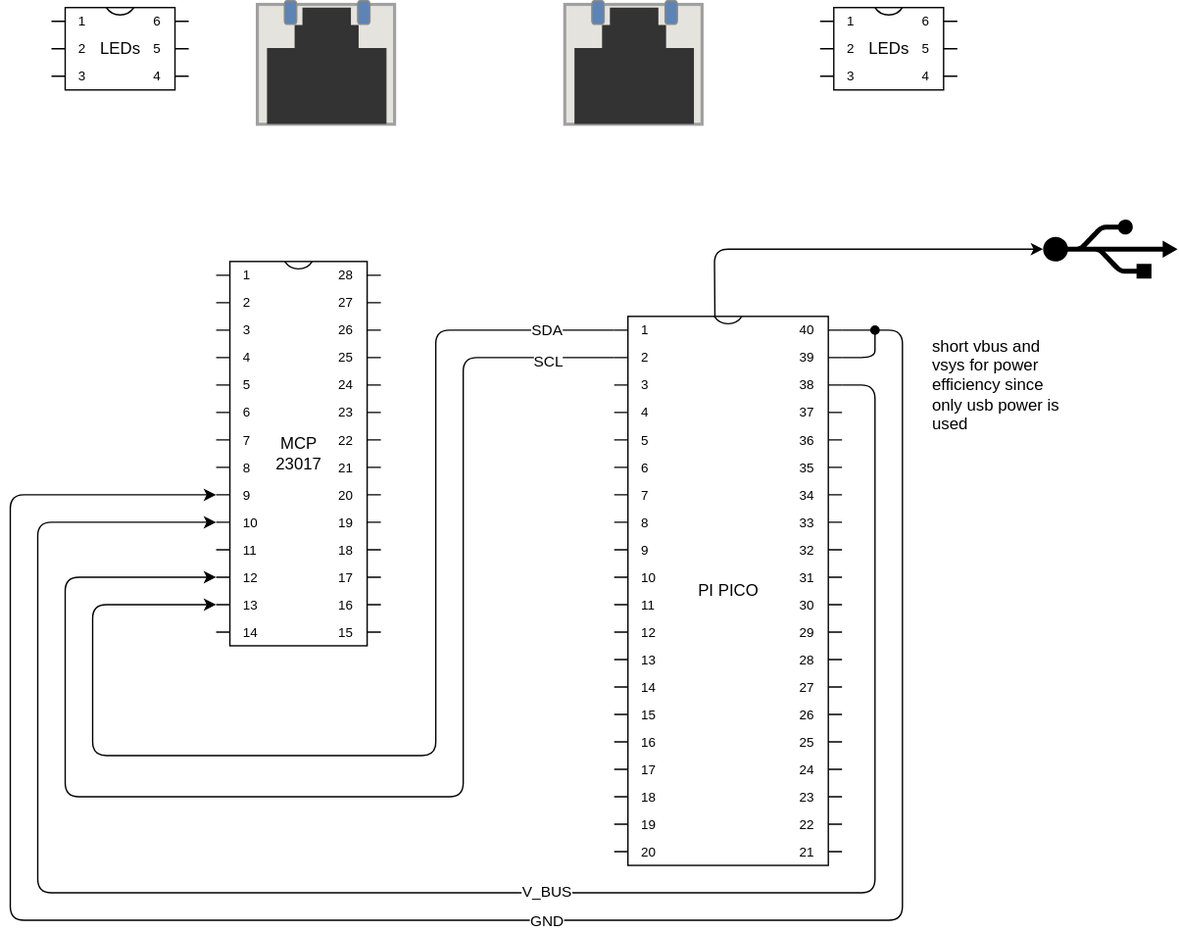
This is circuit.drawio.svg from kevontheweb/pico-dactyl, a draw.io export, as it was before one commit. Source tidied: cells renumbered, new cells last; positions are measured from the earlier drawing's top-left corner, leaving out a move shared by most shapes.
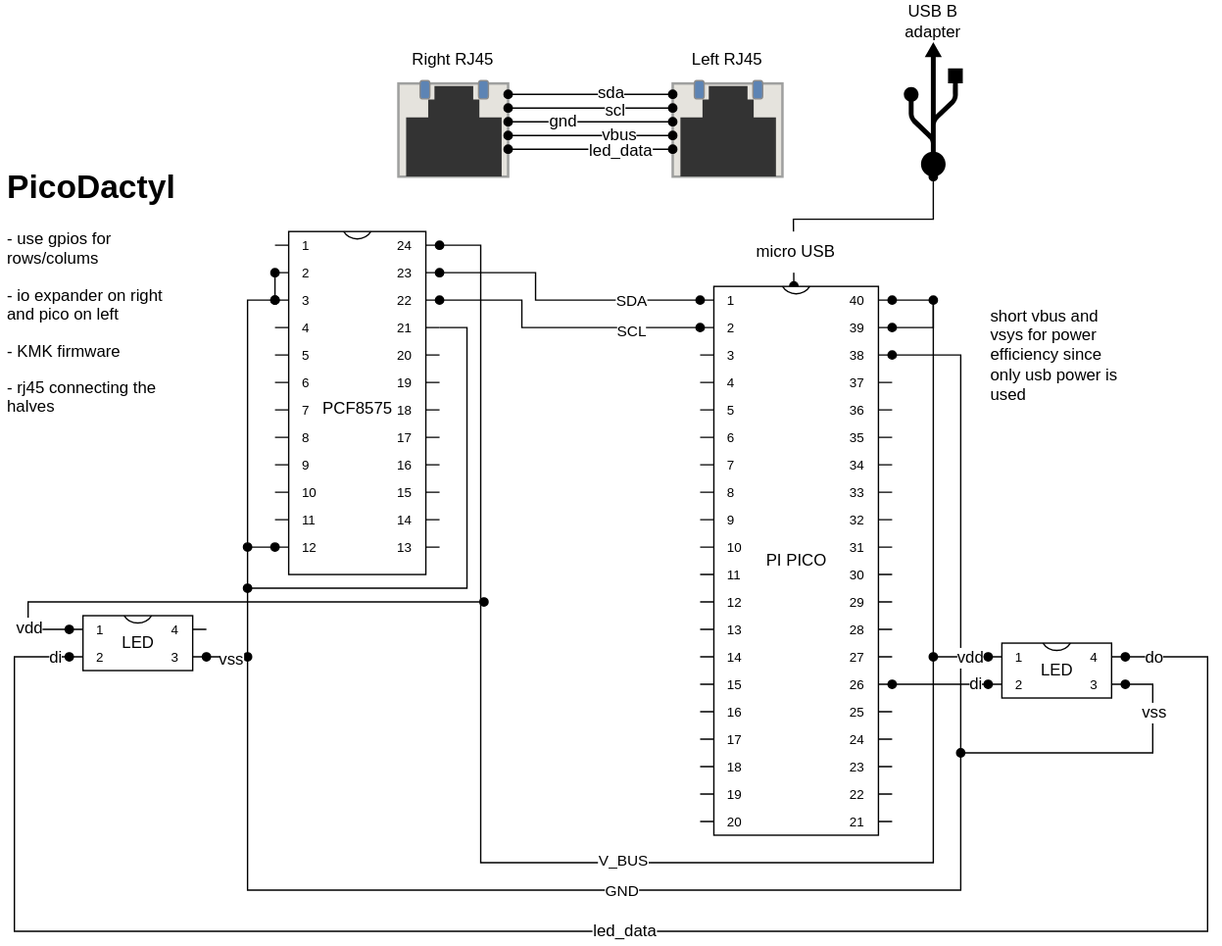
After the change.

Commit message:
update to use pcf8575 instead of mcp io expander (out of stock)

What changed in the source:
```diff
@@ -2,106 +2,254 @@
   <root>
     <mxCell id="0" />
     <mxCell id="1" parent="0" />
+    <mxCell id="20" style="edgeStyle=none;rounded=0;html=1;exitX=1;exitY=0;exitDx=0;exitDy=70;exitPerimeter=0;fontSize=12;endArrow=oval;endFill=1;" parent="1" edge="1" source="2">
+      <mxGeometry relative="1" as="geometry">
+        <mxPoint x="315" y="483" as="targetPoint" />
+        <Array as="points">
+          <mxPoint x="475" y="293" />
+          <mxPoint x="475" y="483" />
+        </Array>
+      </mxGeometry>
+    </mxCell>
+    <mxCell id="21" style="edgeStyle=none;rounded=0;html=1;exitX=0;exitY=0;exitDx=0;exitDy=50;exitPerimeter=0;fontSize=12;startArrow=oval;startFill=1;endArrow=oval;endFill=1;" parent="1" edge="1" source="2">
+      <mxGeometry relative="1" as="geometry">
+        <mxPoint x="315" y="453" as="targetPoint" />
+        <Array as="points">
+          <mxPoint x="315" y="273" />
+        </Array>
+      </mxGeometry>
+    </mxCell>
-    <mxCell id="2" value="&lt;div&gt;&lt;span style=&quot;font-family: sans-serif&quot;&gt;MCP&lt;/span&gt;&lt;/div&gt;&lt;div&gt;&lt;span style=&quot;font-family: sans-serif&quot;&gt;23017&lt;/span&gt;&lt;/div&gt;" style="shadow=0;dashed=0;align=center;html=1;strokeWidth=1;shape=mxgraph.electrical.logic_gates.dual_inline_ic;labelNames=a,b,c,d,e,f,g,h,i,j,k,l,m,n,o,p,q,r,s,t;" parent="1" vertex="1">
-      <mxGeometry x="150" y="190" width="120" height="280" as="geometry" />
+    <mxCell id="2" value="&lt;h1 class=&quot;u-margin-left-4 u-text-breakword u-font-weight-normal u-margin-bottom-0&quot;&gt;&lt;span style=&quot;font-weight: normal&quot;&gt;&lt;font style=&quot;font-size: 12px&quot;&gt;PCF8575&lt;/font&gt;&lt;/span&gt;&lt;/h1&gt;" style="shadow=0;dashed=0;align=center;html=1;strokeWidth=1;shape=mxgraph.electrical.logic_gates.dual_inline_ic;labelNames=a,b,c,d,e,f,g,h,i,j,k,l,m,n,o,p,q,r,s,t;" parent="1" vertex="1">
+      <mxGeometry x="335" y="223" width="120" height="250" as="geometry" />
     </mxCell>
-    <mxCell id="3" style="edgeStyle=none;html=1;entryX=0.5;entryY=1;entryDx=0;entryDy=0;entryPerimeter=0;exitX=0.442;exitY=0.001;exitDx=0;exitDy=0;exitPerimeter=0;" parent="1" edge="1" source="12" target="17">
+    <mxCell id="3" style="edgeStyle=none;html=1;exitX=0.488;exitY=-0.001;exitDx=0;exitDy=0;exitPerimeter=0;startArrow=oval;startFill=1;endArrow=oval;endFill=1;rounded=0;entryX=0.5;entryY=1;entryDx=0;entryDy=0;entryPerimeter=0;" parent="1" edge="1" source="12" target="17">
       <mxGeometry relative="1" as="geometry">
         <Array as="points">
-          <mxPoint x="513" y="181" />
+          <mxPoint x="713" y="214" />
+          <mxPoint x="815" y="214" />
         </Array>
       </mxGeometry>
     </mxCell>
-    <mxCell id="4" style="edgeStyle=none;html=1;exitX=0;exitY=0;exitDx=0;exitDy=30;exitPerimeter=0;entryX=0;entryY=0;entryDx=0;entryDy=230;entryPerimeter=0;" parent="1" edge="1" source="12" target="2">
+    <mxCell id="4" style="edgeStyle=none;html=1;exitX=0;exitY=0;exitDx=0;exitDy=30;exitPerimeter=0;entryX=1;entryY=0;entryDx=0;entryDy=50;entryPerimeter=0;endArrow=oval;endFill=1;startArrow=oval;startFill=1;rounded=0;" parent="1" edge="1" source="12" target="2">
       <mxGeometry relative="1" as="geometry">
         <Array as="points">
-          <mxPoint x="330" y="260" />
-          <mxPoint x="330" y="580" />
-          <mxPoint x="40" y="580" />
-          <mxPoint x="40" y="420" />
+          <mxPoint x="515" y="293" />
+          <mxPoint x="515" y="273" />
+          <mxPoint x="495" y="273" />
+          <mxPoint x="475" y="273" />
         </Array>
       </mxGeometry>
     </mxCell>
     <mxCell id="5" value="SCL" style="edgeLabel;html=1;align=center;verticalAlign=middle;" parent="4" vertex="1">
       <mxGeometry x="-0.93" y="2" relative="1" as="geometry">
-        <mxPoint x="-16" as="offset" />
+        <mxPoint x="-43" as="offset" />
       </mxGeometry>
     </mxCell>
-    <mxCell id="6" style="edgeStyle=none;html=1;exitX=0;exitY=0;exitDx=0;exitDy=10;exitPerimeter=0;entryX=0;entryY=0;entryDx=0;entryDy=250;entryPerimeter=0;" parent="1" edge="1" source="12" target="2">
+    <mxCell id="6" style="edgeStyle=none;html=1;exitX=0;exitY=0;exitDx=0;exitDy=10;exitPerimeter=0;entryX=1;entryY=0;entryDx=0;entryDy=30;entryPerimeter=0;endArrow=oval;endFill=1;startArrow=oval;startFill=1;rounded=0;" parent="1" edge="1" source="12" target="2">
       <mxGeometry relative="1" as="geometry">
         <Array as="points">
-          <mxPoint x="310" y="240" />
-          <mxPoint x="310" y="550" />
-          <mxPoint x="60" y="550" />
-          <mxPoint x="60" y="440" />
+          <mxPoint x="525" y="273" />
+          <mxPoint x="525" y="253" />
+          <mxPoint x="495" y="253" />
+          <mxPoint x="475" y="253" />
         </Array>
       </mxGeometry>
     </mxCell>
     <mxCell id="7" value="SDA" style="edgeLabel;html=1;align=center;verticalAlign=middle;" parent="6" vertex="1">
       <mxGeometry x="-0.9" y="-1" relative="1" as="geometry">
-        <mxPoint x="-5" as="offset" />
+        <mxPoint x="-40" y="1" as="offset" />
       </mxGeometry>
     </mxCell>
-    <mxCell id="8" style="edgeStyle=none;html=1;exitX=1;exitY=0;exitDx=0;exitDy=10;exitPerimeter=0;entryX=0;entryY=0;entryDx=0;entryDy=170;entryPerimeter=0;" parent="1" edge="1" source="12" target="2">
+    <mxCell id="8" style="edgeStyle=none;html=1;entryX=0;entryY=0;entryDx=0;entryDy=230;entryPerimeter=0;endArrow=oval;endFill=1;rounded=0;startArrow=oval;startFill=1;exitX=1;exitY=0;exitDx=0;exitDy=50;exitPerimeter=0;" parent="1" edge="1" source="12" target="2">
       <mxGeometry relative="1" as="geometry">
         <Array as="points">
-          <mxPoint x="650" y="240" />
-          <mxPoint x="650" y="670" />
-          <mxPoint y="670" />
-          <mxPoint y="360" />
+          <mxPoint x="835" y="313" />
+          <mxPoint x="835" y="703" />
+          <mxPoint x="315" y="703" />
+          <mxPoint x="315" y="453" />
         </Array>
       </mxGeometry>
     </mxCell>
     <mxCell id="9" value="GND" style="edgeLabel;html=1;align=center;verticalAlign=middle;" parent="8" vertex="1">
       <mxGeometry x="-0.1" relative="1" as="geometry">
-        <mxPoint x="-21" as="offset" />
+        <mxPoint x="-134" as="offset" />
       </mxGeometry>
     </mxCell>
-    <mxCell id="10" style="edgeStyle=none;html=1;exitX=1;exitY=0;exitDx=0;exitDy=50;exitPerimeter=0;entryX=0;entryY=0;entryDx=0;entryDy=190;entryPerimeter=0;" parent="1" edge="1" source="12" target="2">
+    <mxCell id="10" style="edgeStyle=none;html=1;exitX=1;exitY=0;exitDx=0;exitDy=10;exitPerimeter=0;entryX=1;entryY=0;entryDx=0;entryDy=10;entryPerimeter=0;rounded=0;endArrow=oval;endFill=1;startArrow=oval;startFill=1;" parent="1" edge="1" source="12" target="2">
       <mxGeometry relative="1" as="geometry">
         <Array as="points">
-          <mxPoint x="630" y="280" />
-          <mxPoint x="630" y="650" />
-          <mxPoint x="20" y="650" />
-          <mxPoint x="20" y="380" />
+          <mxPoint x="815" y="273" />
+          <mxPoint x="815" y="683" />
+          <mxPoint x="485" y="683" />
+          <mxPoint x="485" y="233" />
         </Array>
       </mxGeometry>
     </mxCell>
     <mxCell id="11" value="V_BUS" style="edgeLabel;html=1;align=center;verticalAlign=middle;" parent="10" vertex="1">
       <mxGeometry x="-0.1" y="-2" relative="1" as="geometry">
-        <mxPoint x="-1" as="offset" />
+        <mxPoint x="-104" as="offset" />
       </mxGeometry>
     </mxCell>
     <mxCell id="12" value="PI PICO" style="shadow=0;dashed=0;align=center;html=1;strokeWidth=1;shape=mxgraph.electrical.logic_gates.dual_inline_ic;labelNames=a,b,c,d,e,f,g,h,i,j,k,l,m,n,o,p,q,r,s,t;" parent="1" vertex="1">
-      <mxGeometry x="440" y="230" width="166" height="400" as="geometry" />
+      <mxGeometry x="645" y="263" width="140" height="400" as="geometry" />
     </mxCell>
     <mxCell id="13" style="html=1;verticalLabelPosition=bottom;verticalAlign=top;shadow=0;dashed=0;shape=mxgraph.rack.hpe_aruba.switches.rj45_sfp_alt;" parent="1" vertex="1">
-      <mxGeometry x="180" width="100" height="90" as="geometry" />
+      <mxGeometry x="425" y="113" width="80" height="70" as="geometry" />
     </mxCell>
-    <mxCell id="14" style="html=1;verticalLabelPosition=bottom;verticalAlign=top;shadow=0;dashed=0;shape=mxgraph.rack.hpe_aruba.switches.rj45_sfp_alt;" parent="1" vertex="1">
-      <mxGeometry x="404" width="100" height="90" as="geometry" />
-    </mxCell>
-    <mxCell id="15" value="LEDs" style="shadow=0;dashed=0;align=center;html=1;strokeWidth=1;shape=mxgraph.electrical.logic_gates.dual_inline_ic;labelNames=a,b,c,d,e,f,g,h,i,j,k,l,m,n,o,p,q,r,s,t;" parent="1" vertex="1">
-      <mxGeometry x="30" y="5" width="100" height="60" as="geometry" />
-    </mxCell>
+    <mxCell id="22" style="edgeStyle=none;rounded=0;html=1;exitX=0;exitY=0;exitDx=0;exitDy=10;exitPerimeter=0;fontSize=12;startArrow=oval;startFill=1;endArrow=oval;endFill=1;" parent="1" edge="1" source="16">
+      <mxGeometry relative="1" as="geometry">
+        <mxPoint x="815" y="533" as="targetPoint" />
+      </mxGeometry>
+    </mxCell>
+    <mxCell id="23" value="vdd" style="edgeLabel;html=1;align=center;verticalAlign=middle;fontSize=12;" parent="22" vertex="1">
+      <mxGeometry x="-0.33" relative="1" as="geometry" />
+    </mxCell>
+    <mxCell id="24" value="di" style="edgeStyle=none;rounded=0;html=1;exitX=0;exitY=0;exitDx=0;exitDy=30;exitPerimeter=0;entryX=1;entryY=0;entryDx=0;entryDy=290;entryPerimeter=0;fontSize=12;startArrow=oval;startFill=1;endArrow=oval;endFill=1;" parent="1" edge="1" source="16" target="12">
+      <mxGeometry x="-0.71" relative="1" as="geometry" />
+    </mxCell>
+    <mxCell id="25" style="edgeStyle=none;rounded=0;html=1;exitX=1;exitY=0;exitDx=0;exitDy=30;exitPerimeter=0;fontSize=12;startArrow=oval;startFill=1;endArrow=oval;endFill=1;" parent="1" edge="1" source="16">
+      <mxGeometry relative="1" as="geometry">
+        <mxPoint x="835" y="603" as="targetPoint" />
+        <Array as="points">
+          <mxPoint x="975" y="553" />
+          <mxPoint x="975" y="603" />
+        </Array>
+      </mxGeometry>
+    </mxCell>
+    <mxCell id="26" value="vss" style="edgeLabel;html=1;align=center;verticalAlign=middle;fontSize=12;" parent="25" vertex="1">
+      <mxGeometry x="-0.87" relative="1" as="geometry">
+        <mxPoint x="6" y="20" as="offset" />
+      </mxGeometry>
+    </mxCell>
+    <mxCell id="27" value="led_data" style="edgeStyle=none;rounded=0;html=1;exitX=1;exitY=0;exitDx=0;exitDy=10;exitPerimeter=0;fontSize=12;startArrow=oval;startFill=1;endArrow=oval;endFill=1;entryX=0;entryY=0;entryDx=0;entryDy=30;entryPerimeter=0;" parent="1" edge="1" source="16" target="35">
+      <mxGeometry relative="1" as="geometry">
+        <Array as="points">
+          <mxPoint x="1015" y="533" />
+          <mxPoint x="1015" y="733" />
+          <mxPoint x="145" y="733" />
+          <mxPoint x="145" y="653" />
+          <mxPoint x="145" y="533" />
+        </Array>
+      </mxGeometry>
+    </mxCell>
+    <mxCell id="28" value="do" style="edgeLabel;html=1;align=center;verticalAlign=middle;fontSize=12;" parent="27" vertex="1">
+      <mxGeometry x="-0.63" relative="1" as="geometry">
+        <mxPoint x="-40" y="-195" as="offset" />
+      </mxGeometry>
+    </mxCell>
+    <mxCell id="29" value="di" style="edgeLabel;html=1;align=center;verticalAlign=middle;fontSize=12;" parent="27" vertex="1">
+      <mxGeometry x="0.96" relative="1" as="geometry">
+        <mxPoint x="18" as="offset" />
+      </mxGeometry>
+    </mxCell>
-    <mxCell id="16" value="LEDs" style="shadow=0;dashed=0;align=center;html=1;strokeWidth=1;shape=mxgraph.electrical.logic_gates.dual_inline_ic;labelNames=a,b,c,d,e,f,g,h,i,j,k,l,m,n,o,p,q,r,s,t;" parent="1" vertex="1">
-      <mxGeometry x="590" y="5" width="100" height="60" as="geometry" />
+    <mxCell id="16" value="LED" style="shadow=0;dashed=0;align=center;html=1;strokeWidth=1;shape=mxgraph.electrical.logic_gates.dual_inline_ic;labelNames=a,b,c,d,e,f,g,h,i,j,k,l,m,n,o,p,q,r,s,t;" parent="1" vertex="1">
+      <mxGeometry x="855" y="523" width="100" height="40" as="geometry" />
     </mxCell>
-    <mxCell id="17" style="shape=mxgraph.signs.tech.usb;html=1;fillColor=#000000;strokeColor=none;verticalLabelPosition=bottom;verticalAlign=top;align=center;rotation=90;" parent="1" vertex="1">
-      <mxGeometry x="780" y="132" width="43" height="98" as="geometry" />
+    <mxCell id="17" style="shape=mxgraph.signs.tech.usb;html=1;fillColor=#000000;strokeColor=none;verticalLabelPosition=bottom;verticalAlign=top;align=center;rotation=0;" parent="1" vertex="1">
+      <mxGeometry x="793.5" y="85" width="43" height="98" as="geometry" />
     </mxCell>
-    <mxCell id="18" style="edgeStyle=none;html=1;exitX=1;exitY=0;exitDx=0;exitDy=30;exitPerimeter=0;endArrow=oval;endFill=1;" parent="1" edge="1" source="12">
+    <mxCell id="18" style="edgeStyle=none;html=1;exitX=1;exitY=0;exitDx=0;exitDy=30;exitPerimeter=0;endArrow=oval;endFill=1;rounded=0;startArrow=oval;startFill=1;" parent="1" edge="1" source="12">
       <mxGeometry relative="1" as="geometry">
-        <mxPoint x="630" y="240" as="targetPoint" />
+        <mxPoint x="815" y="273" as="targetPoint" />
         <Array as="points">
-          <mxPoint x="630" y="260" />
-          <mxPoint x="630" y="250" />
-          <mxPoint x="630" y="240" />
+          <mxPoint x="815" y="293" />
+          <mxPoint x="815" y="283" />
+          <mxPoint x="815" y="273" />
         </Array>
       </mxGeometry>
     </mxCell>
     <mxCell id="19" value="&lt;span&gt;short vbus and vsys for power efficiency since only usb power is used&lt;/span&gt;" style="text;html=1;strokeColor=none;fillColor=none;align=left;verticalAlign=middle;whiteSpace=wrap;rounded=0;" parent="1" vertex="1">
-      <mxGeometry x="670" y="240" width="100" height="80" as="geometry" />
+      <mxGeometry x="855" y="273" width="100" height="80" as="geometry" />
     </mxCell>
+    <mxCell id="30" style="edgeStyle=none;rounded=1;html=1;exitX=0;exitY=0;exitDx=0;exitDy=30;exitPerimeter=0;fontSize=12;endArrow=oval;endFill=1;startArrow=oval;startFill=1;entryX=0;entryY=0;entryDx=0;entryDy=50;entryPerimeter=0;" parent="1" edge="1" source="2" target="2">
+      <mxGeometry relative="1" as="geometry" />
+    </mxCell>
+    <mxCell id="31" style="edgeStyle=none;rounded=0;html=1;exitX=1;exitY=0;exitDx=0;exitDy=30;exitPerimeter=0;fontSize=12;startArrow=oval;startFill=1;endArrow=oval;endFill=1;" parent="1" edge="1" source="35">
+      <mxGeometry relative="1" as="geometry">
+        <mxPoint x="315" y="533" as="targetPoint" />
+      </mxGeometry>
+    </mxCell>
+    <mxCell id="32" value="vss" style="edgeLabel;html=1;align=center;verticalAlign=middle;fontSize=12;" parent="31" vertex="1">
+      <mxGeometry x="-0.4" y="-1" relative="1" as="geometry">
+        <mxPoint x="8" as="offset" />
+      </mxGeometry>
+    </mxCell>
+    <mxCell id="33" style="edgeStyle=none;rounded=0;html=1;exitX=0;exitY=0;exitDx=0;exitDy=10;exitPerimeter=0;fontSize=12;startArrow=oval;startFill=1;endArrow=oval;endFill=1;" parent="1" edge="1" source="35">
+      <mxGeometry relative="1" as="geometry">
+        <mxPoint x="487.4" y="493" as="targetPoint" />
+        <Array as="points">
+          <mxPoint x="155" y="513" />
+          <mxPoint x="155" y="493" />
+        </Array>
+      </mxGeometry>
+    </mxCell>
+    <mxCell id="34" value="vdd" style="edgeLabel;html=1;align=center;verticalAlign=middle;fontSize=12;" parent="33" vertex="1">
+      <mxGeometry x="-0.81" relative="1" as="geometry">
+        <mxPoint y="5" as="offset" />
+      </mxGeometry>
+    </mxCell>
+    <mxCell id="35" value="LED" style="shadow=0;dashed=0;align=center;html=1;strokeWidth=1;shape=mxgraph.electrical.logic_gates.dual_inline_ic;labelNames=a,b,c,d,e,f,g,h,i,j,k,l,m,n,o,p,q,r,s,t;" parent="1" vertex="1">
+      <mxGeometry x="185" y="503" width="100" height="40" as="geometry" />
+    </mxCell>
+    <mxCell id="36" style="html=1;verticalLabelPosition=bottom;verticalAlign=top;shadow=0;dashed=0;shape=mxgraph.rack.hpe_aruba.switches.rj45_sfp_alt;" parent="1" vertex="1">
+      <mxGeometry x="625" y="113" width="80" height="70" as="geometry" />
+    </mxCell>
+    <mxCell id="37" style="edgeStyle=none;rounded=0;html=1;fontSize=12;startArrow=oval;startFill=1;endArrow=oval;endFill=1;" parent="1" edge="1">
+      <mxGeometry relative="1" as="geometry">
+        <mxPoint x="505" y="133" as="sourcePoint" />
+        <mxPoint x="625" y="133" as="targetPoint" />
+      </mxGeometry>
+    </mxCell>
+    <mxCell id="38" value="scl" style="edgeLabel;html=1;align=center;verticalAlign=middle;fontSize=12;" parent="37" vertex="1">
+      <mxGeometry x="0.27" y="-1" relative="1" as="geometry" />
+    </mxCell>
+    <mxCell id="39" style="edgeStyle=none;rounded=0;html=1;fontSize=12;startArrow=oval;startFill=1;endArrow=oval;endFill=1;" parent="1" edge="1">
+      <mxGeometry relative="1" as="geometry">
+        <mxPoint x="505" y="123" as="sourcePoint" />
+        <mxPoint x="625" y="123" as="targetPoint" />
+      </mxGeometry>
+    </mxCell>
+    <mxCell id="40" value="sda" style="edgeLabel;html=1;align=center;verticalAlign=middle;fontSize=12;" parent="39" vertex="1">
+      <mxGeometry x="0.24" y="2" relative="1" as="geometry" />
+    </mxCell>
+    <mxCell id="41" value="gnd" style="edgeStyle=none;rounded=0;html=1;fontSize=12;startArrow=oval;startFill=1;endArrow=oval;endFill=1;" parent="1" edge="1">
+      <mxGeometry x="-0.33" relative="1" as="geometry">
+        <mxPoint x="505" y="143" as="sourcePoint" />
+        <mxPoint x="625" y="143" as="targetPoint" />
+      </mxGeometry>
+    </mxCell>
+    <mxCell id="42" style="edgeStyle=none;rounded=0;html=1;fontSize=12;startArrow=oval;startFill=1;endArrow=oval;endFill=1;" parent="1" edge="1">
+      <mxGeometry relative="1" as="geometry">
+        <mxPoint x="505" y="153" as="sourcePoint" />
+        <mxPoint x="625" y="153" as="targetPoint" />
+      </mxGeometry>
+    </mxCell>
+    <mxCell id="43" value="vbus" style="edgeLabel;html=1;align=center;verticalAlign=middle;fontSize=12;" parent="42" vertex="1">
+      <mxGeometry x="0.33" y="1" relative="1" as="geometry" />
+    </mxCell>
+    <mxCell id="44" style="edgeStyle=none;rounded=0;html=1;fontSize=12;startArrow=oval;startFill=1;endArrow=oval;endFill=1;" parent="1" edge="1">
+      <mxGeometry relative="1" as="geometry">
+        <mxPoint x="505" y="163" as="sourcePoint" />
+        <mxPoint x="625" y="163" as="targetPoint" />
+      </mxGeometry>
+    </mxCell>
+    <mxCell id="45" value="led_data" style="edgeLabel;html=1;align=center;verticalAlign=middle;fontSize=12;" parent="44" vertex="1">
+      <mxGeometry x="0.37" relative="1" as="geometry" />
+    </mxCell>
+    <mxCell id="46" value="Left RJ45" style="text;html=1;strokeColor=none;fillColor=none;align=center;verticalAlign=middle;whiteSpace=wrap;rounded=0;labelBackgroundColor=none;fontSize=12;" parent="1" vertex="1">
+      <mxGeometry x="635" y="83" width="60" height="30" as="geometry" />
+    </mxCell>
+    <mxCell id="47" value="&amp;nbsp;Right RJ45" style="text;html=1;strokeColor=none;fillColor=none;align=center;verticalAlign=middle;whiteSpace=wrap;rounded=0;labelBackgroundColor=none;fontSize=12;" parent="1" vertex="1">
+      <mxGeometry x="430" y="83" width="70" height="30" as="geometry" />
+    </mxCell>
+    <mxCell id="48" value="USB B adapter" style="text;html=1;strokeColor=none;fillColor=none;align=center;verticalAlign=middle;whiteSpace=wrap;rounded=0;labelBackgroundColor=none;fontSize=12;" parent="1" vertex="1">
+      <mxGeometry x="785" y="55" width="60" height="30" as="geometry" />
+    </mxCell>
+    <mxCell id="49" value="micro USB" style="text;html=1;strokeColor=none;fillColor=default;align=center;verticalAlign=middle;whiteSpace=wrap;rounded=0;labelBackgroundColor=none;fontSize=12;" parent="1" vertex="1">
+      <mxGeometry x="680" y="223" width="70" height="30" as="geometry" />
+    </mxCell>
+    <mxCell id="50" value="&lt;h1&gt;PicoDactyl&lt;/h1&gt;&lt;p&gt;&lt;span style=&quot;text-align: center&quot;&gt;- use gpios for rows/colums&lt;/span&gt;&lt;/p&gt;&lt;p&gt;&lt;span style=&quot;text-align: center&quot;&gt;- io expander on right and pico on left&lt;/span&gt;&lt;/p&gt;&lt;p&gt;&lt;span style=&quot;text-align: center&quot;&gt;- KMK firmware&lt;/span&gt;&lt;/p&gt;&lt;p&gt;&lt;span style=&quot;text-align: center&quot;&gt;- rj45 connecting the halves&lt;/span&gt;&lt;/p&gt;" style="text;html=1;strokeColor=none;fillColor=none;spacing=5;spacingTop=-20;whiteSpace=wrap;overflow=hidden;rounded=0;labelBackgroundColor=none;fontSize=12;" parent="1" vertex="1">
+      <mxGeometry x="135" y="171" width="141" height="220" as="geometry" />
+    </mxCell>
   </root>
 </mxGraphModel>
```
